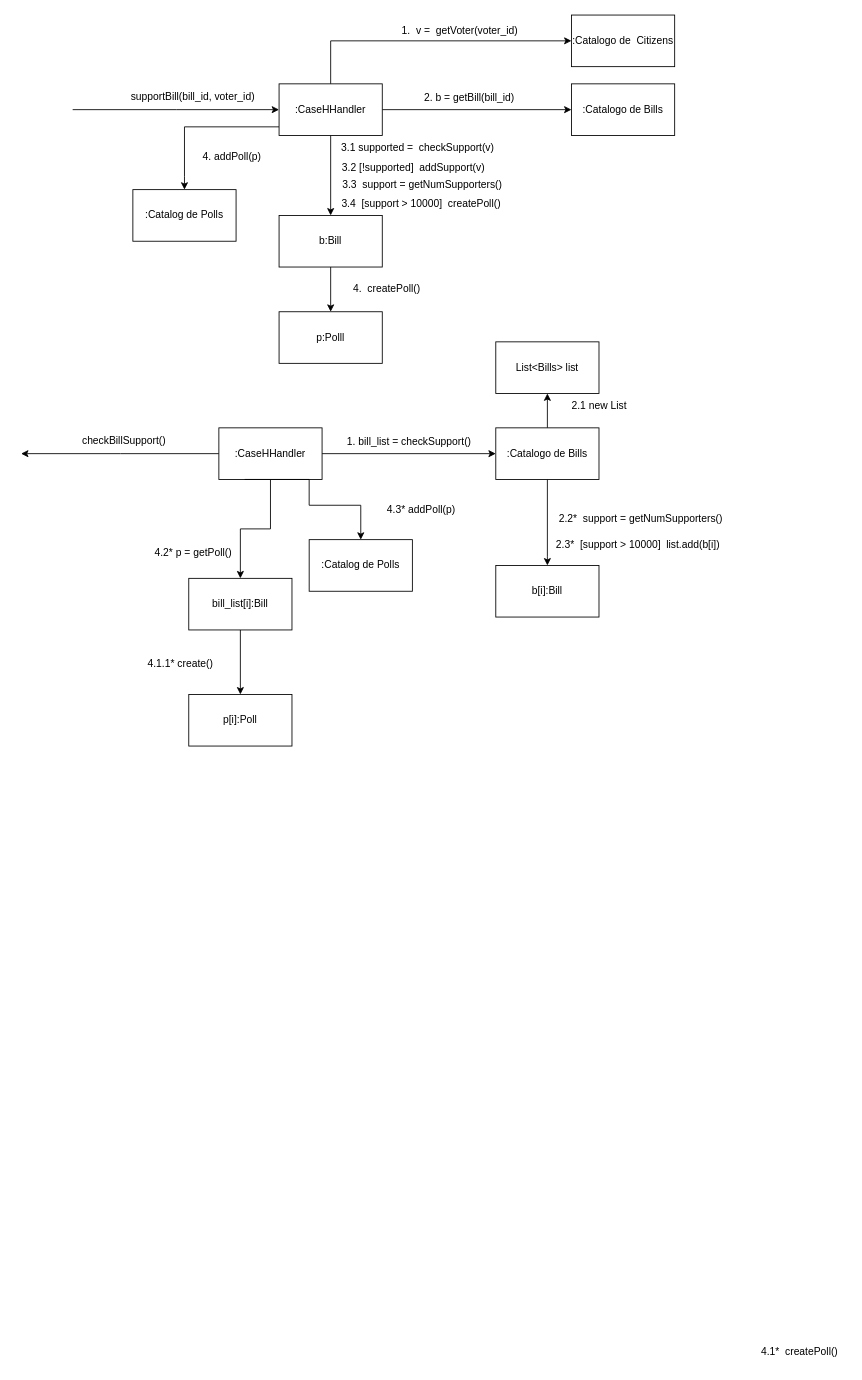
This is page "Page-5" (5 of 8) of docs/IDs.drawio from thiagottvd/democracia2, a draw.io file, before an edit. Source tidied: cells renumbered, new cells numbered last; positions are measured from the earlier drawing's top-left corner, leaving out a move shared by most shapes. Both pictures are drawn from the tidied source at 86%, with x=0, y=0 at pixel (21, 15).
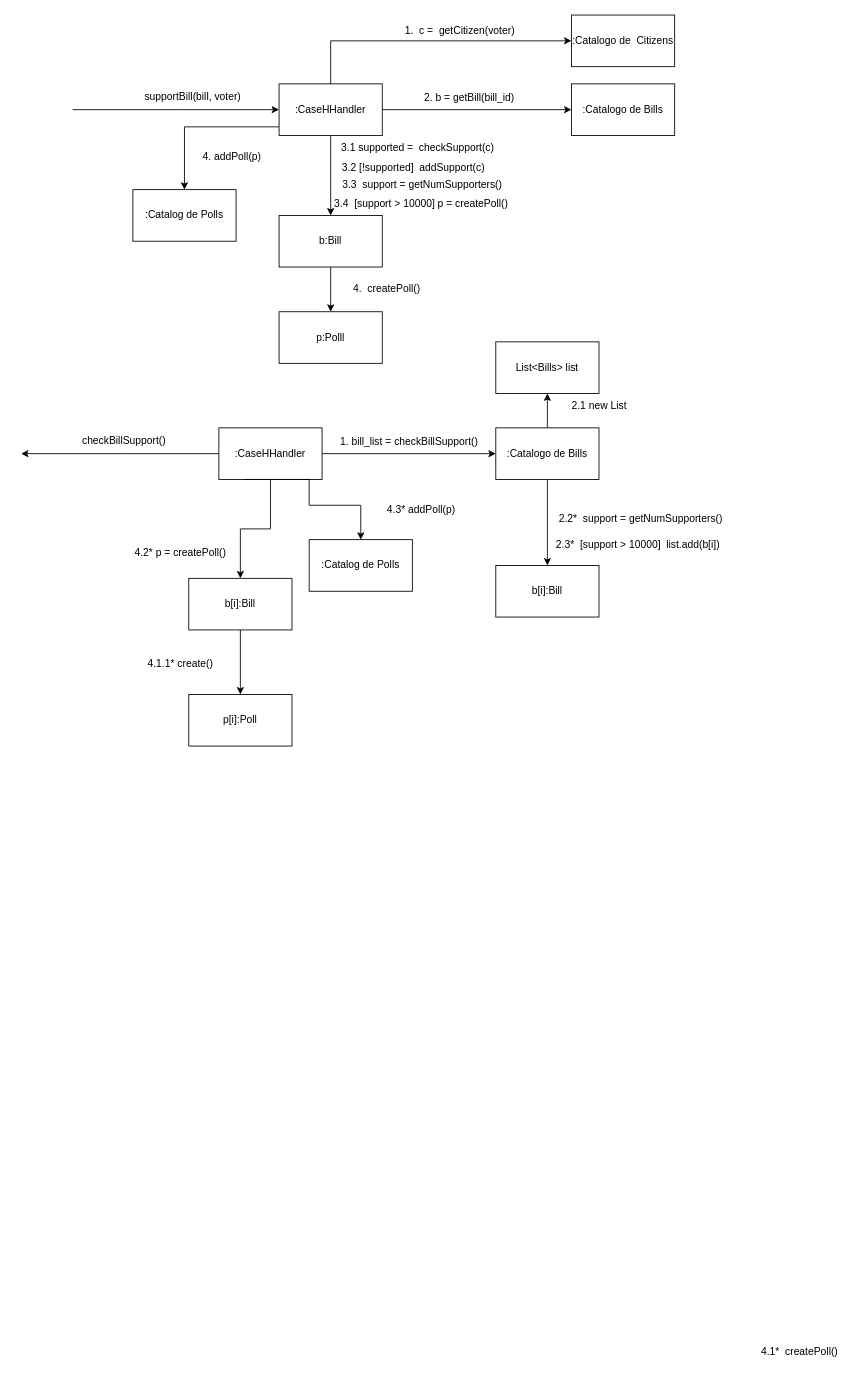
After the change.

The edit, as a diff of the source:
```diff
@@
-    <mxCell id="8" value="supportBill(bill_id, voter_id)" style="text;html=1;strokeColor=none;fillColor=none;align=center;verticalAlign=middle;whiteSpace=wrap;rounded=0;" parent="1" vertex="1">
+    <mxCell id="8" value="supportBill(bill, voter)" style="text;html=1;strokeColor=none;fillColor=none;align=center;verticalAlign=middle;whiteSpace=wrap;rounded=0;" parent="1" vertex="1">
       <mxGeometry x="100" y="80" width="200" height="30" as="geometry" />
     </mxCell>
@@
-    <mxCell id="10" value="1.&amp;nbsp; v =&amp;nbsp; getVoter(voter_id)" style="text;html=1;align=center;verticalAlign=middle;strokeColor=none;fillColor=none;" parent="1" vertex="1">
-      <mxGeometry x="430" y="3" width="160" height="30" as="geometry" />
+    <mxCell id="10" value="1.&amp;nbsp; c =&amp;nbsp; getCitizen(voter)" style="text;html=1;align=center;verticalAlign=middle;strokeColor=none;fillColor=none;" parent="1" vertex="1">
+      <mxGeometry x="435" y="3" width="150" height="30" as="geometry" />
     </mxCell>
@@
-    <mxCell id="13" value="3.1 supported =&amp;nbsp; checkSupport(v)" style="text;html=1;align=center;verticalAlign=middle;strokeColor=none;fillColor=none;" parent="1" vertex="1">
+    <mxCell id="13" value="3.1 supported =&amp;nbsp; checkSupport(c)" style="text;html=1;align=center;verticalAlign=middle;strokeColor=none;fillColor=none;" parent="1" vertex="1">
       <mxGeometry x="361" y="140" width="200" height="30" as="geometry" />
     </mxCell>
-    <mxCell id="14" value="3.2 [!supported]&amp;nbsp; addSupport(v)" style="text;html=1;align=center;verticalAlign=middle;strokeColor=none;fillColor=none;" parent="1" vertex="1">
+    <mxCell id="14" value="3.2 [!supported]&amp;nbsp; addSupport(c)" style="text;html=1;align=center;verticalAlign=middle;strokeColor=none;fillColor=none;" parent="1" vertex="1">
       <mxGeometry x="361" y="163" width="190" height="30" as="geometry" />
     </mxCell>
@@
-    <mxCell id="25" value="1. bill_list = checkSupport()" style="text;html=1;align=center;verticalAlign=middle;strokeColor=none;fillColor=none;" parent="1" vertex="1">
-      <mxGeometry x="366" y="481" width="170" height="30" as="geometry" />
+    <mxCell id="25" value="1. bill_list = checkBillSupport()" style="text;html=1;align=center;verticalAlign=middle;strokeColor=none;fillColor=none;" parent="1" vertex="1">
+      <mxGeometry x="361" y="481" width="180" height="30" as="geometry" />
     </mxCell>
@@
-    <mxCell id="34" value="bill_list[i]:Bill" style="whiteSpace=wrap;html=1;" parent="1" vertex="1">
+    <mxCell id="34" value="b[i]:Bill" style="whiteSpace=wrap;html=1;" parent="1" vertex="1">
       <mxGeometry x="195" y="655" width="120" height="60" as="geometry" />
     </mxCell>
@@
-    <mxCell id="38" value="4.2* p = getPoll()" style="text;html=1;align=center;verticalAlign=middle;strokeColor=none;fillColor=none;" parent="1" vertex="1">
-      <mxGeometry x="145" y="610" width="110" height="30" as="geometry" />
+    <mxCell id="38" value="4.2* p = createPoll()" style="text;html=1;align=center;verticalAlign=middle;strokeColor=none;fillColor=none;" parent="1" vertex="1">
+      <mxGeometry x="120" y="610" width="130" height="30" as="geometry" />
     </mxCell>
@@
-    <mxCell id="45" value="3.4&amp;nbsp; [support &amp;gt; 10000]&amp;nbsp; createPoll()" style="text;html=1;align=center;verticalAlign=middle;strokeColor=none;fillColor=none;" parent="1" vertex="1">
-      <mxGeometry x="360" y="205" width="210" height="30" as="geometry" />
+    <mxCell id="45" value="3.4&amp;nbsp; [support &amp;gt; 10000] p = createPoll()" style="text;html=1;align=center;verticalAlign=middle;strokeColor=none;fillColor=none;" parent="1" vertex="1">
+      <mxGeometry x="350" y="205" width="230" height="30" as="geometry" />
     </mxCell>
```
